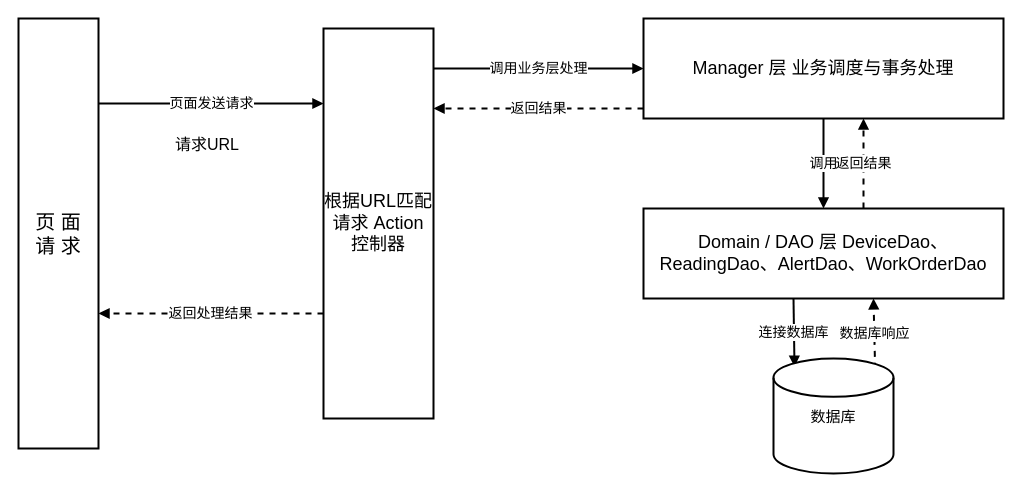
The draw.io diagram pictures_drawio/框架处理顺序图.drawio in solisW/my_thesis_system, before the edit. Source tidied: cells renumbered, new cells numbered last; positions are measured from the earlier drawing's top-left corner, leaving out a move shared by most shapes. Both pictures are drawn from the tidied source at 100%, with x=0, y=0 at pixel (18, 18).
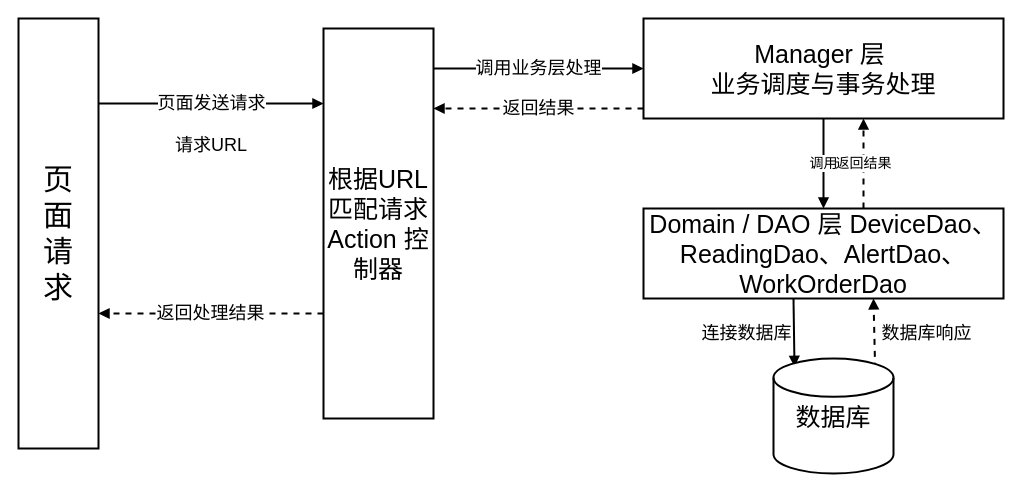
The same page after the edit.

Change to the diagram source:
```diff
@@
-    <mxCell id="2" value="页 面 请 求" style="rounded=0;whiteSpace=wrap;html=1;fillColor=#ffffff;strokeColor=#000000;strokeWidth=2;fontSize=20;spacing=8;" parent="1" vertex="1">
+    <mxCell id="2" value="&lt;font style=&quot;font-size: 30px;&quot;&gt;页 面 请 求&lt;/font&gt;" style="rounded=0;whiteSpace=wrap;html=1;fillColor=#ffffff;strokeColor=#000000;strokeWidth=2;fontSize=20;spacing=8;" parent="1" vertex="1">
       <mxGeometry width="80" height="430" as="geometry" />
     </mxCell>
-    <mxCell id="3" value="根据URL匹配请求  Action 控制器" style="rounded=0;whiteSpace=wrap;html=1;fillColor=#ffffff;strokeColor=#000000;strokeWidth=2;fontSize=18;" parent="1" vertex="1">
+    <mxCell id="3" value="&lt;font style=&quot;font-size: 25px;&quot;&gt;根据URL匹配请求  Action 控制器&lt;/font&gt;" style="rounded=0;whiteSpace=wrap;html=1;fillColor=#ffffff;strokeColor=#000000;strokeWidth=2;fontSize=18;" parent="1" vertex="1">
       <mxGeometry x="305" y="10" width="110" height="390" as="geometry" />
     </mxCell>
-    <mxCell id="4" value="Manager 层 业务调度与事务处理" style="rounded=0;whiteSpace=wrap;html=1;fillColor=#ffffff;strokeColor=#000000;strokeWidth=2;fontSize=18;" parent="1" vertex="1">
+    <mxCell id="4" value="&lt;font style=&quot;font-size: 25px;&quot;&gt;Manager 层&amp;nbsp;&lt;/font&gt;&lt;div&gt;&lt;font style=&quot;font-size: 25px;&quot;&gt;业务调度与事务处理&lt;/font&gt;&lt;/div&gt;" style="rounded=0;whiteSpace=wrap;html=1;fillColor=#ffffff;strokeColor=#000000;strokeWidth=2;fontSize=18;" parent="1" vertex="1">
       <mxGeometry x="625" width="360" height="100" as="geometry" />
     </mxCell>
-    <mxCell id="5" value="Domain / DAO 层 DeviceDao、ReadingDao、AlertDao、WorkOrderDao" style="rounded=0;whiteSpace=wrap;html=1;fillColor=#ffffff;strokeColor=#000000;strokeWidth=2;fontSize=18;" parent="1" vertex="1">
+    <mxCell id="5" value="&lt;font style=&quot;font-size: 25px;&quot;&gt;Domain / DAO 层 DeviceDao、ReadingDao、AlertDao、WorkOrderDao&lt;/font&gt;" style="rounded=0;whiteSpace=wrap;html=1;fillColor=#ffffff;strokeColor=#000000;strokeWidth=2;fontSize=18;" parent="1" vertex="1">
       <mxGeometry x="625" y="190" width="360" height="90" as="geometry" />
     </mxCell>
-    <mxCell id="6" value="页面发送请求" style="endArrow=block;html=1;rounded=0;strokeWidth=2;fontSize=14;" parent="1" edge="1">
+    <mxCell id="6" value="&lt;font style=&quot;font-size: 18px;&quot;&gt;页面发送请求&lt;/font&gt;" style="endArrow=block;html=1;rounded=0;strokeWidth=2;fontSize=14;" parent="1" edge="1">
       <mxGeometry relative="1" as="geometry">
         <mxPoint x="80" y="85" as="sourcePoint" />
         <mxPoint x="305" y="85" as="targetPoint" />
       </mxGeometry>
     </mxCell>
-    <mxCell id="7" value="请求URL" style="text;html=1;strokeColor=none;fillColor=none;fontSize=16;" parent="1" vertex="1">
+    <mxCell id="7" value="&lt;font style=&quot;font-size: 18px;&quot;&gt;请求URL&lt;/font&gt;" style="text;html=1;strokeColor=none;fillColor=none;fontSize=16;" parent="1" vertex="1">
       <mxGeometry x="155" y="110" width="120" height="30" as="geometry" />
     </mxCell>
-    <mxCell id="8" value="调用业务层处理" style="endArrow=block;html=1;rounded=0;strokeWidth=2;fontSize=14;" parent="1" edge="1">
+    <mxCell id="8" value="&lt;font style=&quot;font-size: 18px;&quot;&gt;调用业务层处理&lt;/font&gt;" style="endArrow=block;html=1;rounded=0;strokeWidth=2;fontSize=14;" parent="1" edge="1">
       <mxGeometry relative="1" as="geometry">
         <mxPoint x="415" y="50" as="sourcePoint" />
         <mxPoint x="625" y="50" as="targetPoint" />
       </mxGeometry>
     </mxCell>
-    <mxCell id="9" value="返回结果" style="endArrow=block;html=1;rounded=0;strokeWidth=2;dashed=1;fontSize=14;" parent="1" edge="1">
+    <mxCell id="9" value="&lt;font style=&quot;font-size: 18px;&quot;&gt;返回结果&lt;/font&gt;" style="endArrow=block;html=1;rounded=0;strokeWidth=2;dashed=1;fontSize=14;" parent="1" edge="1">
       <mxGeometry relative="1" as="geometry">
         <mxPoint x="625" y="90" as="sourcePoint" />
         <mxPoint x="415" y="90" as="targetPoint" />
       </mxGeometry>
     </mxCell>
@@
-    <mxCell id="12" value="连接数据库" style="endArrow=block;html=1;rounded=0;strokeWidth=2;fontSize=14;entryX=0.175;entryY=0.072;entryDx=0;entryDy=0;entryPerimeter=0;" parent="1" edge="1" target="15">
-      <mxGeometry relative="1" as="geometry">
+    <mxCell id="12" value="&lt;font style=&quot;font-size: 18px;&quot;&gt;连接数据库&lt;/font&gt;" style="endArrow=block;html=1;rounded=0;strokeWidth=2;fontSize=14;entryX=0.175;entryY=0.072;entryDx=0;entryDy=0;entryPerimeter=0;" parent="1" edge="1">
+      <mxGeometry y="-48" relative="1" as="geometry">
         <mxPoint x="775" y="280" as="sourcePoint" />
+        <mxPoint x="776" y="348.3" as="targetPoint" />
       </mxGeometry>
     </mxCell>
-    <mxCell id="13" value="数据库响应" style="endArrow=block;html=1;rounded=0;strokeWidth=2;dashed=1;fontSize=14;exitX=0.847;exitY=0.09;exitDx=0;exitDy=0;exitPerimeter=0;" parent="1" edge="1" source="15">
-      <mxGeometry relative="1" as="geometry">
+    <mxCell id="13" value="&lt;font style=&quot;font-size: 18px;&quot;&gt;数据库响应&lt;/font&gt;" style="endArrow=block;html=1;rounded=0;strokeWidth=2;dashed=1;fontSize=14;exitX=0.847;exitY=0.09;exitDx=0;exitDy=0;exitPerimeter=0;" parent="1" edge="1" source="15">
+      <mxGeometry x="-0.03" y="-52" relative="1" as="geometry">
         <mxPoint x="855" y="280" as="targetPoint" />
       </mxGeometry>
     </mxCell>
-    <mxCell id="14" value="返回处理结果" style="endArrow=block;html=1;rounded=0;strokeWidth=2;dashed=1;fontSize=14;" parent="1" edge="1">
+    <mxCell id="14" value="&lt;font style=&quot;font-size: 18px;&quot;&gt;返回处理结果&lt;/font&gt;" style="endArrow=block;html=1;rounded=0;strokeWidth=2;dashed=1;fontSize=14;" parent="1" edge="1">
       <mxGeometry relative="1" as="geometry">
         <mxPoint x="305" y="295" as="sourcePoint" />
         <mxPoint x="80" y="295" as="targetPoint" />
       </mxGeometry>
     </mxCell>
-    <mxCell id="15" value="&lt;font style=&quot;font-size: 15px;&quot;&gt;数据库&lt;/font&gt;" style="strokeWidth=2;html=1;shape=mxgraph.flowchart.database;whiteSpace=wrap;" parent="1" vertex="1">
+    <mxCell id="15" value="&lt;font style=&quot;font-size: 25px;&quot;&gt;数据库&lt;/font&gt;" style="strokeWidth=2;html=1;shape=mxgraph.flowchart.database;whiteSpace=wrap;" parent="1" vertex="1">
       <mxGeometry x="755" y="340" width="120" height="115" as="geometry" />
     </mxCell>
```
